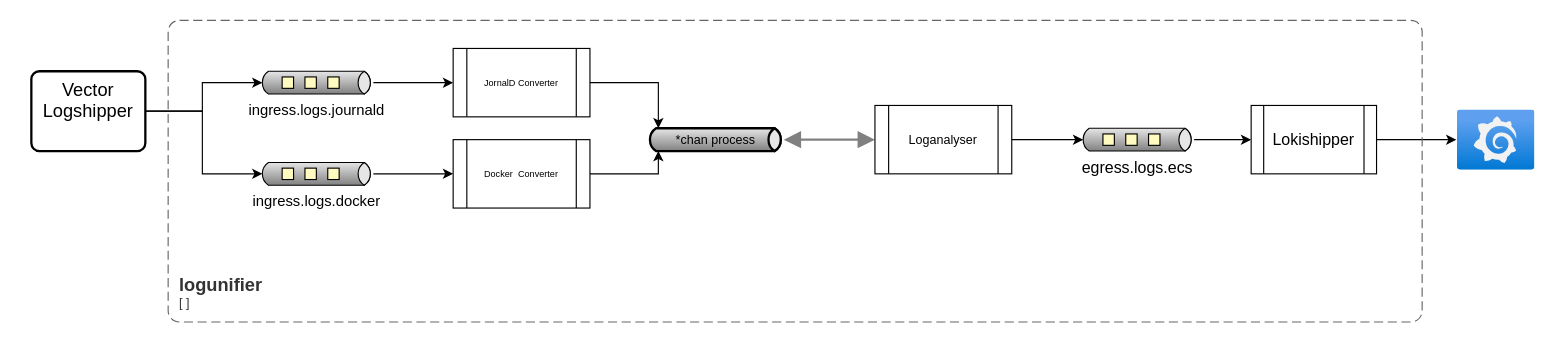
Earlier version of the draw.io diagram docs/arch.drawio (suikast42/logunifier). Source tidied: cells renumbered, new cells numbered last; positions are measured from the earlier drawing's top-left corner, leaving out a move shared by most shapes. Both pictures are drawn from the tidied source at 114%, with x=0, y=0 at pixel (31, 19).
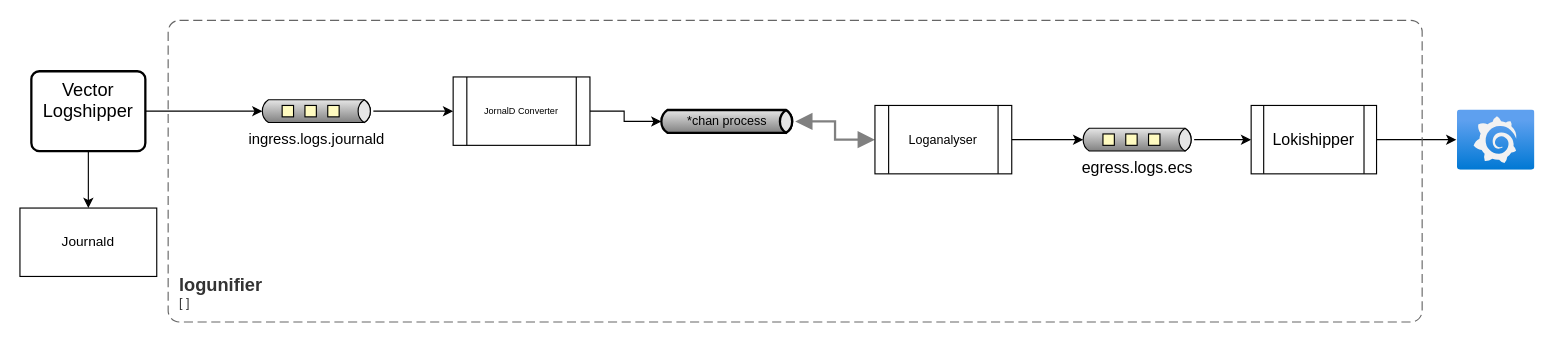
The same page after the edit.

The change refers to these unchanged cells:
```xml
<mxCell id="12" value="&lt;font style=&quot;font-size: 16px;&quot;&gt;Vector &lt;/font&gt;&lt;font style=&quot;font-size: 16px;&quot;&gt;Logshipper&lt;br&gt;&lt;br&gt;&lt;/font&gt;" style="rounded=1;whiteSpace=wrap;html=1;absoluteArcSize=1;arcSize=14;strokeWidth=2;fontSize=8;" parent="1" vertex="1">
  <mxGeometry y="45" width="100" height="70" as="geometry" />
</mxCell>
```

Diff of the diagram source:
```diff
@@
     <mxCell id="3" value="&lt;font style=&quot;font-size: 13px;&quot;&gt;ingress.logs.journald&lt;/font&gt;" style="strokeWidth=1;outlineConnect=0;dashed=0;align=center;html=1;fontSize=8;shape=mxgraph.eip.dataChannel;verticalLabelPosition=bottom;labelBackgroundColor=#ffffff;verticalAlign=top;" parent="1" vertex="1">
-      <mxGeometry x="200" y="45" width="100" height="20" as="geometry" />
+      <mxGeometry x="200" y="70" width="100" height="20" as="geometry" />
     </mxCell>
-    <mxCell id="4" style="edgeStyle=orthogonalEdgeStyle;rounded=0;jettySize=auto;html=1;entryX=0;entryY=0.5;entryDx=0;entryDy=0;fontSize=16;" parent="1" edge="1" source="5" target="9">
-      <mxGeometry relative="1" as="geometry" />
-    </mxCell>
-    <mxCell id="5" value="&lt;span style=&quot;font-size: 13px;&quot;&gt;ingress.logs.docker&lt;/span&gt;" style="strokeWidth=1;outlineConnect=0;dashed=0;align=center;html=1;fontSize=8;shape=mxgraph.eip.dataChannel;verticalLabelPosition=bottom;labelBackgroundColor=#ffffff;verticalAlign=top;" parent="1" vertex="1">
-      <mxGeometry x="200" y="125" width="100" height="20" as="geometry" />
-    </mxCell>
-    <mxCell id="6" style="edgeStyle=orthogonalEdgeStyle;rounded=0;jettySize=auto;html=1;entryX=0;entryY=0;entryDx=10;entryDy=0;entryPerimeter=0;" parent="1" edge="1" source="7" target="13">
+    <mxCell id="6" style="edgeStyle=orthogonalEdgeStyle;rounded=0;jettySize=auto;html=1;entryX=0;entryY=0.5;entryDx=2.7;entryDy=0;entryPerimeter=0;" parent="1" edge="1" source="7" target="13">
       <mxGeometry relative="1" as="geometry" />
     </mxCell>
     <mxCell id="7" value="JornalD Converter" style="shape=process;whiteSpace=wrap;html=1;backgroundOutline=1;fontSize=8;" parent="1" vertex="1">
-      <mxGeometry x="370" y="25" width="120" height="60" as="geometry" />
+      <mxGeometry x="370" y="50" width="120" height="60" as="geometry" />
     </mxCell>
-    <mxCell id="8" style="edgeStyle=orthogonalEdgeStyle;rounded=0;jettySize=auto;html=1;entryX=0;entryY=1;entryDx=10;entryDy=0;entryPerimeter=0;" parent="1" edge="1" source="9" target="13">
-      <mxGeometry relative="1" as="geometry" />
-    </mxCell>
-    <mxCell id="9" value="Docker&amp;nbsp; Converter" style="shape=process;whiteSpace=wrap;html=1;backgroundOutline=1;fontSize=8;" parent="1" vertex="1">
-      <mxGeometry x="370" y="105" width="120" height="60" as="geometry" />
-    </mxCell>
@@
-    <mxCell id="11" style="edgeStyle=orthogonalEdgeStyle;rounded=0;jettySize=auto;html=1;fontSize=16;entryX=0;entryY=0.5;entryDx=2.7;entryDy=0;entryPerimeter=0;" parent="1" edge="1" source="12" target="5">
-      <mxGeometry relative="1" as="geometry">
-        <Array as="points">
-          <mxPoint x="150" y="80" />
-          <mxPoint x="150" y="135" />
-        </Array>
-      </mxGeometry>
-    </mxCell>
+    <mxCell id="23" style="edgeStyle=orthogonalEdgeStyle;rounded=0;jettySize=auto;html=1;entryX=0.5;entryY=0;entryDx=0;entryDy=0;" parent="1" edge="1" source="12" target="24">
+      <mxGeometry relative="1" as="geometry" />
+    </mxCell>
@@
     <mxCell id="13" value="&lt;font style=&quot;font-size: 11px;&quot;&gt;*chan process&lt;/font&gt;" style="strokeWidth=2;strokeColor=#000000;dashed=0;align=center;html=1;fontSize=8;shape=mxgraph.eip.messageChannel;" parent="1" vertex="1">
-      <mxGeometry x="540" y="95" width="120" height="20" as="geometry" />
+      <mxGeometry x="550" y="79" width="120" height="20" as="geometry" />
     </mxCell>
@@
+    <mxCell id="24" value="Journald" style="rounded=0;whiteSpace=wrap;html=1;" parent="1" vertex="1">
+      <mxGeometry x="-10" y="165" width="120" height="60" as="geometry" />
+    </mxCell>
```
